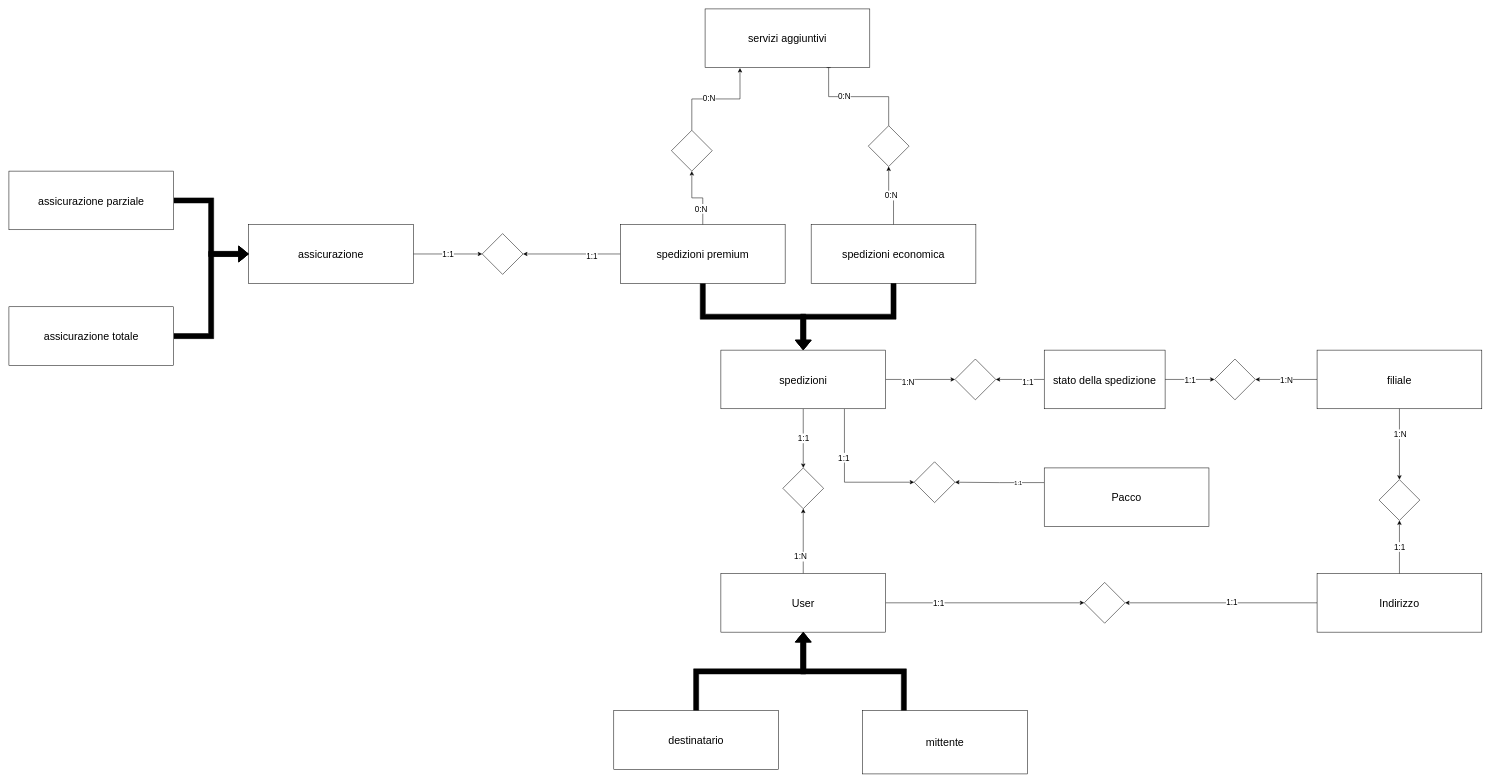
The draw.io diagram Diagramma senza titolo.drawio in dugoalberto/DataBaseProject, before the edit. Source tidied: cells renumbered, new cells numbered last; positions are measured from the earlier drawing's top-left corner, leaving out a move shared by most shapes. Both pictures are drawn from the tidied source at 51%, with x=0, y=0 at pixel (9, 9).
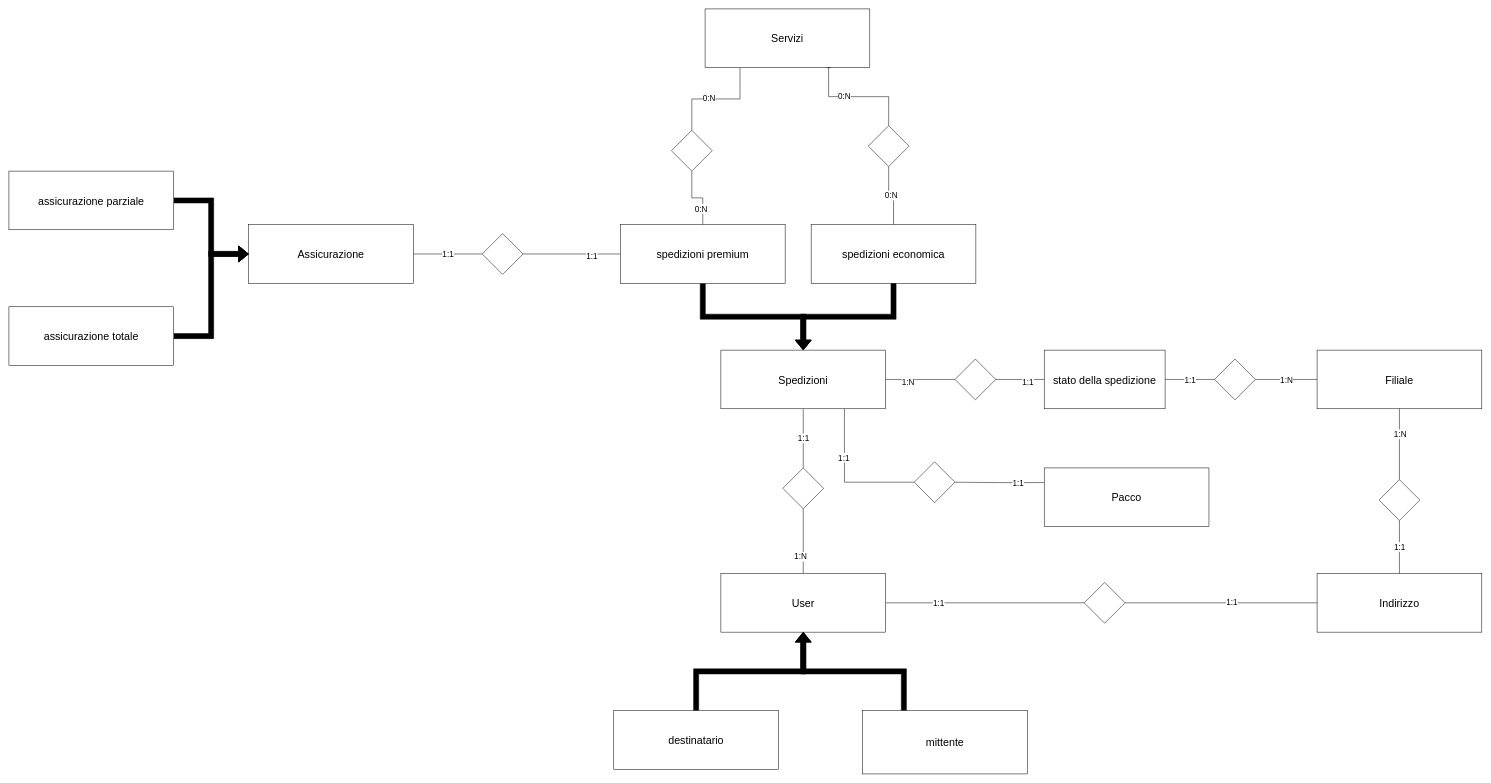
Above is the later version.

Unchanged cells that the change refers to:
```xml
<mxCell id="13" value="&lt;font style=&quot;font-size: 21px;&quot;&gt;spedizioni premium&lt;/font&gt;" style="rounded=0;whiteSpace=wrap;html=1;fontSize=21;" parent="1" vertex="1">
  <mxGeometry x="1199" y="423" width="323" height="115" as="geometry" />
</mxCell>
<mxCell id="15" value="&lt;font style=&quot;font-size: 21px;&quot;&gt;spedizioni economica&lt;/font&gt;" style="rounded=0;whiteSpace=wrap;html=1;fontSize=21;" parent="1" vertex="1">
  <mxGeometry x="1573" y="423" width="323" height="115" as="geometry" />
</mxCell>
<mxCell id="20" value="&lt;font style=&quot;font-size: 21px;&quot;&gt;User&lt;/font&gt;" style="rounded=0;whiteSpace=wrap;html=1;fontSize=21;" parent="1" vertex="1">
  <mxGeometry x="1396" y="1107" width="323" height="115" as="geometry" />
</mxCell>
<mxCell id="21" style="rhombus;whiteSpace=wrap;html=1;" parent="1" vertex="1">
  <mxGeometry x="1517.5" y="900" width="80" height="80" as="geometry" />
</mxCell>
<mxCell id="24" style="rhombus;whiteSpace=wrap;html=1;" parent="1" vertex="1">
  <mxGeometry x="928" y="440.5" width="80" height="80" as="geometry" />
</mxCell>
<mxCell id="28" style="rhombus;whiteSpace=wrap;html=1;" parent="1" vertex="1">
  <mxGeometry x="1855" y="686.5" width="80" height="80" as="geometry" />
</mxCell>
<mxCell id="31" value="&lt;font style=&quot;font-size: 21px;&quot;&gt;Pacco&lt;/font&gt;" style="rounded=0;whiteSpace=wrap;html=1;fontSize=21;" parent="1" vertex="1">
  <mxGeometry x="2030" y="900" width="323" height="115" as="geometry" />
</mxCell>
<mxCell id="32" style="rhombus;whiteSpace=wrap;html=1;" parent="1" vertex="1">
  <mxGeometry x="1775" y="888" width="80" height="80" as="geometry" />
</mxCell>
<mxCell id="37" style="rhombus;whiteSpace=wrap;html=1;" parent="1" vertex="1">
  <mxGeometry x="2364" y="686.5" width="80" height="80" as="geometry" />
</mxCell>
<mxCell id="41" value="&lt;font style=&quot;font-size: 21px;&quot;&gt;stato della spedizione&lt;/font&gt;" style="rounded=0;whiteSpace=wrap;html=1;fontSize=21;" parent="1" vertex="1">
  <mxGeometry x="2030" y="669" width="237" height="115" as="geometry" />
</mxCell>
<mxCell id="44" value="&lt;font style=&quot;font-size: 21px;&quot;&gt;Indirizzo&lt;/font&gt;" style="rounded=0;whiteSpace=wrap;html=1;fontSize=21;" parent="1" vertex="1">
  <mxGeometry x="2565" y="1107" width="323" height="115" as="geometry" />
</mxCell>
<mxCell id="47" style="rhombus;whiteSpace=wrap;html=1;" parent="1" vertex="1">
  <mxGeometry x="2686.5" y="923" width="80" height="80" as="geometry" />
</mxCell>
<mxCell id="49" style="rhombus;whiteSpace=wrap;html=1;" parent="1" vertex="1">
  <mxGeometry x="2108.5" y="1124.5" width="80" height="80" as="geometry" />
</mxCell>
<mxCell id="53" style="rhombus;whiteSpace=wrap;html=1;" parent="1" vertex="1">
  <mxGeometry x="1299" y="238" width="80" height="80" as="geometry" />
</mxCell>
<mxCell id="56" style="rhombus;whiteSpace=wrap;html=1;" parent="1" vertex="1">
  <mxGeometry x="1685" y="229" width="80" height="80" as="geometry" />
</mxCell>
```

Change to the diagram source:
```diff
@@
-    <mxCell id="2" value="1:1" style="edgeStyle=orthogonalEdgeStyle;rounded=0;jettySize=auto;html=1;exitX=0.5;exitY=1;exitDx=0;exitDy=0;entryX=0.5;entryY=0;entryDx=0;entryDy=0;fontSize=16;" parent="1" edge="1" source="7" target="21">
+    <mxCell id="2" value="1:1" style="edgeStyle=orthogonalEdgeStyle;rounded=0;jettySize=auto;html=1;exitX=0.5;exitY=1;exitDx=0;exitDy=0;entryX=0.5;entryY=0;entryDx=0;entryDy=0;fontSize=16;endArrow=none;endFill=0;" parent="1" edge="1" source="7" target="21">
       <mxGeometry relative="1" as="geometry" />
     </mxCell>
-    <mxCell id="3" style="edgeStyle=orthogonalEdgeStyle;rounded=0;jettySize=auto;html=1;exitX=1;exitY=0.5;exitDx=0;exitDy=0;fontSize=16;" parent="1" edge="1" source="7" target="28">
+    <mxCell id="3" style="edgeStyle=orthogonalEdgeStyle;rounded=0;jettySize=auto;html=1;exitX=1;exitY=0.5;exitDx=0;exitDy=0;fontSize=16;endArrow=none;endFill=0;" parent="1" edge="1" source="7" target="28">
       <mxGeometry relative="1" as="geometry" />
     </mxCell>
@@
-    <mxCell id="5" style="edgeStyle=orthogonalEdgeStyle;rounded=0;jettySize=auto;html=1;exitX=0.75;exitY=1;exitDx=0;exitDy=0;entryX=0;entryY=0.5;entryDx=0;entryDy=0;fontSize=16;" parent="1" edge="1" source="7" target="32">
+    <mxCell id="5" style="edgeStyle=orthogonalEdgeStyle;rounded=0;jettySize=auto;html=1;exitX=0.75;exitY=1;exitDx=0;exitDy=0;entryX=0;entryY=0.5;entryDx=0;entryDy=0;fontSize=16;endArrow=none;endFill=0;" parent="1" edge="1" source="7" target="32">
       <mxGeometry relative="1" as="geometry" />
     </mxCell>
@@
-    <mxCell id="7" value="&lt;font style=&quot;font-size: 21px;&quot;&gt;spedizioni&lt;/font&gt;" style="rounded=0;whiteSpace=wrap;html=1;fontSize=21;" parent="1" vertex="1">
+    <mxCell id="7" value="&lt;font style=&quot;font-size: 21px;&quot;&gt;Spedizioni&lt;/font&gt;" style="rounded=0;whiteSpace=wrap;html=1;fontSize=21;" parent="1" vertex="1">
       <mxGeometry x="1396" y="669" width="323" height="115" as="geometry" />
     </mxCell>
@@
-    <mxCell id="9" style="edgeStyle=orthogonalEdgeStyle;rounded=0;jettySize=auto;html=1;exitX=0;exitY=0.5;exitDx=0;exitDy=0;entryX=1;entryY=0.5;entryDx=0;entryDy=0;" parent="1" edge="1" source="13" target="24">
+    <mxCell id="9" style="edgeStyle=orthogonalEdgeStyle;rounded=0;jettySize=auto;html=1;exitX=0;exitY=0.5;exitDx=0;exitDy=0;entryX=1;entryY=0.5;entryDx=0;entryDy=0;endArrow=none;endFill=0;" parent="1" edge="1" source="13" target="24">
       <mxGeometry relative="1" as="geometry" />
     </mxCell>
@@
-    <mxCell id="11" style="edgeStyle=orthogonalEdgeStyle;rounded=0;jettySize=auto;html=1;exitX=0.5;exitY=0;exitDx=0;exitDy=0;entryX=0.5;entryY=1;entryDx=0;entryDy=0;" parent="1" edge="1" source="13" target="53">
+    <mxCell id="11" style="edgeStyle=orthogonalEdgeStyle;rounded=0;jettySize=auto;html=1;exitX=0.5;exitY=0;exitDx=0;exitDy=0;entryX=0.5;entryY=1;entryDx=0;entryDy=0;endArrow=none;endFill=0;" parent="1" edge="1" source="13" target="53">
       <mxGeometry relative="1" as="geometry" />
     </mxCell>
@@
-    <mxCell id="14" value="&lt;font style=&quot;font-size: 16px;&quot;&gt;0:N&lt;/font&gt;" style="edgeStyle=orthogonalEdgeStyle;rounded=0;jettySize=auto;html=1;exitX=0.5;exitY=0;exitDx=0;exitDy=0;entryX=0.5;entryY=1;entryDx=0;entryDy=0;" parent="1" edge="1" source="15" target="56">
+    <mxCell id="14" value="&lt;font style=&quot;font-size: 16px;&quot;&gt;0:N&lt;/font&gt;" style="edgeStyle=orthogonalEdgeStyle;rounded=0;jettySize=auto;html=1;exitX=0.5;exitY=0;exitDx=0;exitDy=0;entryX=0.5;entryY=1;entryDx=0;entryDy=0;endArrow=none;endFill=0;" parent="1" edge="1" source="15" target="56">
       <mxGeometry relative="1" as="geometry" />
     </mxCell>
@@
-    <mxCell id="16" style="edgeStyle=orthogonalEdgeStyle;rounded=0;jettySize=auto;html=1;exitX=0.5;exitY=0;exitDx=0;exitDy=0;entryX=0.5;entryY=1;entryDx=0;entryDy=0;fontSize=16;" parent="1" edge="1" source="20" target="21">
+    <mxCell id="16" style="edgeStyle=orthogonalEdgeStyle;rounded=0;jettySize=auto;html=1;exitX=0.5;exitY=0;exitDx=0;exitDy=0;entryX=0.5;entryY=1;entryDx=0;entryDy=0;fontSize=16;endArrow=none;endFill=0;" parent="1" edge="1" source="20" target="21">
       <mxGeometry relative="1" as="geometry" />
     </mxCell>
@@
-    <mxCell id="18" style="edgeStyle=orthogonalEdgeStyle;rounded=0;jettySize=auto;html=1;exitX=1;exitY=0.5;exitDx=0;exitDy=0;entryX=0;entryY=0.5;entryDx=0;entryDy=0;fontSize=16;" parent="1" edge="1" source="20" target="49">
+    <mxCell id="18" style="edgeStyle=orthogonalEdgeStyle;rounded=0;jettySize=auto;html=1;exitX=1;exitY=0.5;exitDx=0;exitDy=0;entryX=0;entryY=0.5;entryDx=0;entryDy=0;fontSize=16;endArrow=none;endFill=0;" parent="1" edge="1" source="20" target="49">
       <mxGeometry relative="1" as="geometry" />
     </mxCell>
@@
-    <mxCell id="22" value="1:1" style="edgeStyle=orthogonalEdgeStyle;rounded=0;jettySize=auto;html=1;exitX=1;exitY=0.5;exitDx=0;exitDy=0;entryX=0;entryY=0.5;entryDx=0;entryDy=0;fontSize=16;" parent="1" edge="1" source="23" target="24">
+    <mxCell id="22" value="1:1" style="edgeStyle=orthogonalEdgeStyle;rounded=0;jettySize=auto;html=1;exitX=1;exitY=0.5;exitDx=0;exitDy=0;entryX=0;entryY=0.5;entryDx=0;entryDy=0;fontSize=16;endArrow=none;endFill=0;" parent="1" edge="1" source="23" target="24">
       <mxGeometry relative="1" as="geometry" />
     </mxCell>
-    <mxCell id="23" value="&lt;font style=&quot;font-size: 21px;&quot;&gt;assicurazione&lt;/font&gt;" style="rounded=0;whiteSpace=wrap;html=1;fontSize=21;" parent="1" vertex="1">
+    <mxCell id="23" value="&lt;font style=&quot;font-size: 21px;&quot;&gt;Assicurazione&lt;/font&gt;" style="rounded=0;whiteSpace=wrap;html=1;fontSize=21;" parent="1" vertex="1">
       <mxGeometry x="470" y="423" width="323" height="115" as="geometry" />
     </mxCell>
@@
-    <mxCell id="25" style="edgeStyle=orthogonalEdgeStyle;rounded=0;jettySize=auto;html=1;exitX=0;exitY=0.5;exitDx=0;exitDy=0;entryX=1;entryY=0.5;entryDx=0;entryDy=0;" parent="1" edge="1" source="27" target="37">
+    <mxCell id="25" style="edgeStyle=orthogonalEdgeStyle;rounded=0;jettySize=auto;html=1;exitX=0;exitY=0.5;exitDx=0;exitDy=0;entryX=1;entryY=0.5;entryDx=0;entryDy=0;endArrow=none;endFill=0;" parent="1" edge="1" source="27" target="37">
       <mxGeometry relative="1" as="geometry" />
     </mxCell>
@@
-    <mxCell id="27" value="&lt;font style=&quot;font-size: 21px;&quot;&gt;filiale&lt;/font&gt;" style="rounded=0;whiteSpace=wrap;html=1;fontSize=21;" parent="1" vertex="1">
+    <mxCell id="27" value="Filiale" style="rounded=0;whiteSpace=wrap;html=1;fontSize=21;" parent="1" vertex="1">
       <mxGeometry x="2565" y="669" width="323" height="115" as="geometry" />
     </mxCell>
@@
-    <mxCell id="29" style="edgeStyle=orthogonalEdgeStyle;rounded=0;jettySize=auto;html=1;exitX=0;exitY=0.25;exitDx=0;exitDy=0;fontSize=16;" parent="1" edge="1" source="31" target="32">
+    <mxCell id="29" style="edgeStyle=orthogonalEdgeStyle;rounded=0;jettySize=auto;html=1;exitX=0;exitY=0.25;exitDx=0;exitDy=0;fontSize=16;endArrow=none;endFill=0;" parent="1" edge="1" source="31" target="32">
       <mxGeometry relative="1" as="geometry" />
     </mxCell>
-    <mxCell id="30" value="1:1" style="edgeLabel;html=1;align=center;verticalAlign=middle;" parent="29" vertex="1">
+    <mxCell id="30" value="&lt;font style=&quot;font-size: 16px;&quot;&gt;1:1&lt;/font&gt;" style="edgeLabel;html=1;align=center;verticalAlign=middle;" parent="29" vertex="1">
       <mxGeometry x="-0.41" y="1" relative="1" as="geometry" />
     </mxCell>
@@
-    <mxCell id="38" value="1:1" style="edgeStyle=orthogonalEdgeStyle;rounded=0;jettySize=auto;html=1;entryX=0;entryY=0.5;entryDx=0;entryDy=0;fontSize=16;" parent="1" edge="1" source="41" target="37">
+    <mxCell id="38" value="1:1" style="edgeStyle=orthogonalEdgeStyle;rounded=0;jettySize=auto;html=1;entryX=0;entryY=0.5;entryDx=0;entryDy=0;fontSize=16;endArrow=none;endFill=0;" parent="1" edge="1" source="41" target="37">
       <mxGeometry x="0.01" relative="1" as="geometry" />
     </mxCell>
-    <mxCell id="39" style="edgeStyle=orthogonalEdgeStyle;rounded=0;jettySize=auto;html=1;entryX=1;entryY=0.5;entryDx=0;entryDy=0;fontSize=16;" parent="1" edge="1" source="41" target="28">
+    <mxCell id="39" style="edgeStyle=orthogonalEdgeStyle;rounded=0;jettySize=auto;html=1;entryX=1;entryY=0.5;entryDx=0;entryDy=0;fontSize=16;endArrow=none;endFill=0;" parent="1" edge="1" source="41" target="28">
       <mxGeometry relative="1" as="geometry" />
     </mxCell>
@@
-    <mxCell id="42" style="edgeStyle=orthogonalEdgeStyle;rounded=0;jettySize=auto;html=1;exitX=0;exitY=0.5;exitDx=0;exitDy=0;entryX=1;entryY=0.5;entryDx=0;entryDy=0;fontSize=16;" parent="1" edge="1" source="44" target="49">
+    <mxCell id="42" style="edgeStyle=orthogonalEdgeStyle;rounded=0;jettySize=auto;html=1;exitX=0;exitY=0.5;exitDx=0;exitDy=0;entryX=1;entryY=0.5;entryDx=0;entryDy=0;fontSize=16;endArrow=none;endFill=0;" parent="1" edge="1" source="44" target="49">
       <mxGeometry relative="1" as="geometry" />
     </mxCell>
@@
-    <mxCell id="45" style="edgeStyle=orthogonalEdgeStyle;rounded=0;jettySize=auto;html=1;exitX=0.5;exitY=1;exitDx=0;exitDy=0;entryX=0.5;entryY=0;entryDx=0;entryDy=0;fontSize=16;" parent="1" edge="1" source="27" target="47">
+    <mxCell id="45" style="edgeStyle=orthogonalEdgeStyle;rounded=0;jettySize=auto;html=1;exitX=0.5;exitY=1;exitDx=0;exitDy=0;entryX=0.5;entryY=0;entryDx=0;entryDy=0;fontSize=16;endArrow=none;endFill=0;" parent="1" edge="1" source="27" target="47">
       <mxGeometry relative="1" as="geometry" />
     </mxCell>
@@
-    <mxCell id="48" value="1:1" style="edgeStyle=orthogonalEdgeStyle;rounded=0;jettySize=auto;html=1;entryX=0.5;entryY=1;entryDx=0;entryDy=0;exitX=0.5;exitY=0;exitDx=0;exitDy=0;fontSize=16;" parent="1" edge="1" source="44" target="47">
+    <mxCell id="48" value="1:1" style="edgeStyle=orthogonalEdgeStyle;rounded=0;jettySize=auto;html=1;entryX=0.5;entryY=1;entryDx=0;entryDy=0;exitX=0.5;exitY=0;exitDx=0;exitDy=0;fontSize=16;endArrow=none;endFill=0;" parent="1" edge="1" source="44" target="47">
       <mxGeometry relative="1" as="geometry" />
     </mxCell>
@@
-    <mxCell id="50" value="&lt;font style=&quot;font-size: 21px;&quot;&gt;servizi aggiuntivi&lt;/font&gt;" style="rounded=0;whiteSpace=wrap;html=1;fontSize=21;" parent="1" vertex="1">
+    <mxCell id="50" value="&lt;font style=&quot;font-size: 21px;&quot;&gt;Servizi&lt;/font&gt;" style="rounded=0;whiteSpace=wrap;html=1;fontSize=21;" parent="1" vertex="1">
       <mxGeometry x="1365" width="323" height="115" as="geometry" />
     </mxCell>
-    <mxCell id="51" style="edgeStyle=orthogonalEdgeStyle;rounded=0;jettySize=auto;html=1;exitX=0.5;exitY=0;exitDx=0;exitDy=0;entryX=0.212;entryY=1.008;entryDx=0;entryDy=0;entryPerimeter=0;" parent="1" edge="1" source="53" target="50">
+    <mxCell id="51" style="edgeStyle=orthogonalEdgeStyle;rounded=0;jettySize=auto;html=1;exitX=0.5;exitY=0;exitDx=0;exitDy=0;entryX=0.212;entryY=1.008;entryDx=0;entryDy=0;entryPerimeter=0;endArrow=none;endFill=0;" parent="1" edge="1" source="53" target="50">
       <mxGeometry relative="1" as="geometry" />
     </mxCell>
```
